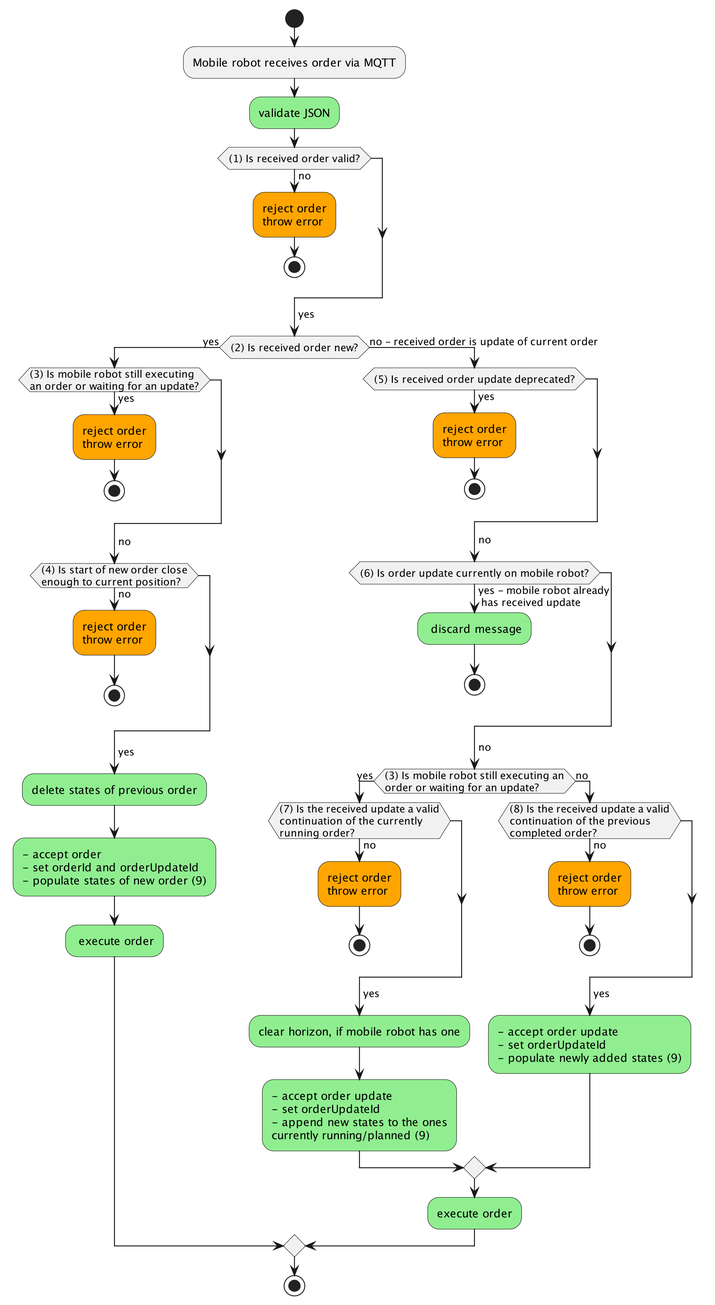
Earlier version of the PlantUML export assets/process_order_update.png (VDA5050/VDA5050).
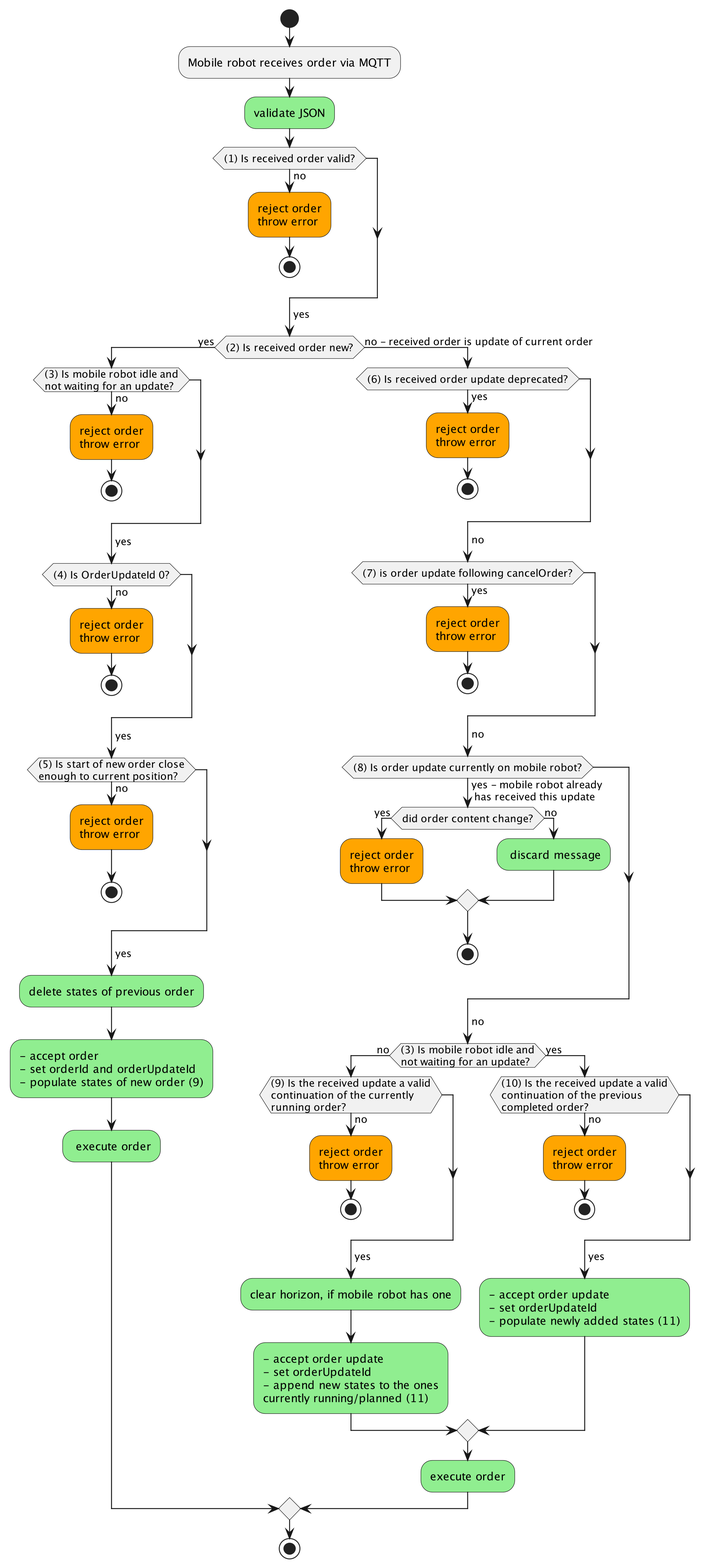
After the commit.

Commit message:
PR #484, orderUpdateId start with 0

What changed in the source:
```diff
@@ -10,12 +10,17 @@
 endif
 ->yes;
     if ((2) Is received order new?) then (yes)
-        if ((3) Is mobile robot still executing\nan order or waiting for an update?) then (yes)
+        if ((3) Is mobile robot idle and\nnot waiting for an update?) then (no)
         #orange:reject order\nthrow error;
          stop
        endif
-       ->no;
-            if ((4) Is start of new order close\nenough to current position?) then (no)
+       ->yes;
+            if ((4) Is OrderUpdateId 0?) then (no)
+                #orange:reject order\nthrow error;
+                stop
+            endif
+            ->yes;
+            if ((5) Is start of new order close\nenough to current position?) then (no)
                 #orange:reject order\nthrow error;
                 stop
             endif
@@ -24,31 +29,40 @@
                 #lightgreen:- accept order\n- set orderId and orderUpdateId\n- populate states of new order (9);
           #lightgreen: execute order;
      else (no - received order is update of current order)
-        if ((5) Is received order update deprecated?) then (yes)
+        if ((6) Is received order update deprecated?) then (yes)
             #orange:reject order\nthrow error;
             stop
         endif
         ->no;
-            if ((6) Is order update currently on mobile robot?) then (yes - mobile robot already\n has received update)
-                #lightgreen: discard message;
+            if ((7) is order update following cancelOrder?) then (yes)
+                #orange:reject order\nthrow error;
                 stop
             endif
             ->no;
-                if ((3) Is mobile robot still executing an\norder or waiting for an update?) then (yes)
-                    if ((7) Is the received update a valid\ncontinuation of the currently\nrunning order?) then (no)
+            if ((8) Is order update currently on mobile robot?) then (yes - mobile robot already\n has received this update)
+                if (did order content change?) then (yes)
+                    #orange:reject order\nthrow error;
+                else (no)
+                    #lightgreen: discard message;
+                endif
+                stop
+            endif
+            ->no;
+                if ((3) Is mobile robot idle and\nnot waiting for an update?) then (no)
+                    if ((9) Is the received update a valid\ncontinuation of the currently\nrunning order?) then (no)
                       #orange:reject order\nthrow error;
                       stop
                     endif
                     ->yes;
                         #lightgreen:clear horizon, if mobile robot has one;
-                        #lightgreen:- accept order update\n- set orderUpdateId\n- append new states to the ones\ncurrently running/planned (9);
-                else (no)
-                    if ((8) Is the received update a valid\ncontinuation of the previous\ncompleted order?) then (no)
+                        #lightgreen:- accept order update\n- set orderUpdateId\n- append new states to the ones\ncurrently running/planned (11);
+                else (yes)
+                    if ((10) Is the received update a valid\ncontinuation of the previous\ncompleted order?) then (no)
                         #orange:reject order\nthrow error;
                         stop;
                     endif
                     ->yes;
-                    #lightgreen:- accept order update\n- set orderUpdateId\n- populate newly added states (9);
+                    #lightgreen:- accept order update\n- set orderUpdateId\n- populate newly added states (11);
                 endif
                 #lightgreen:execute order;
     endif
```
